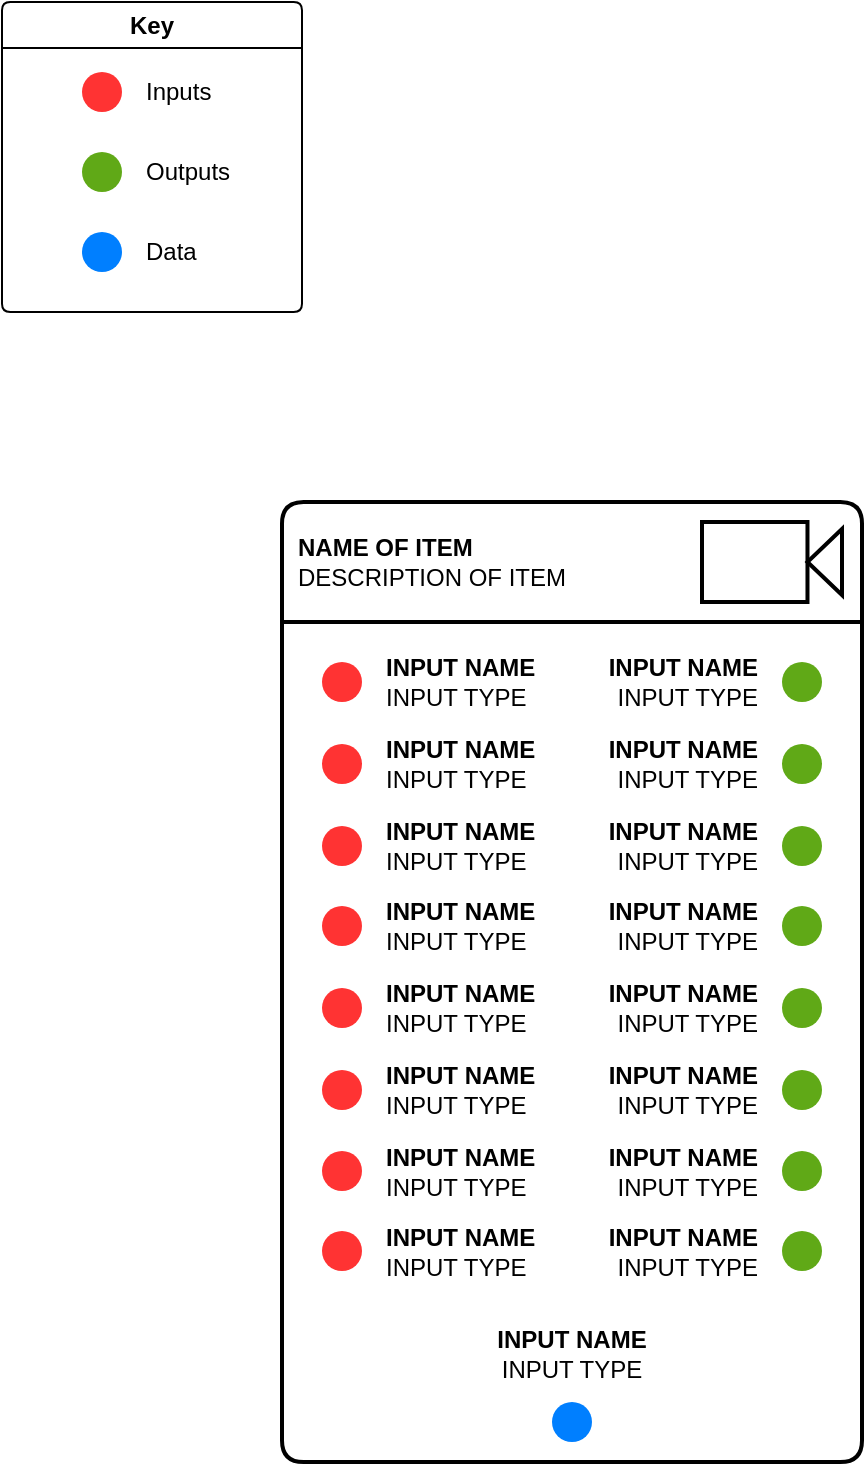
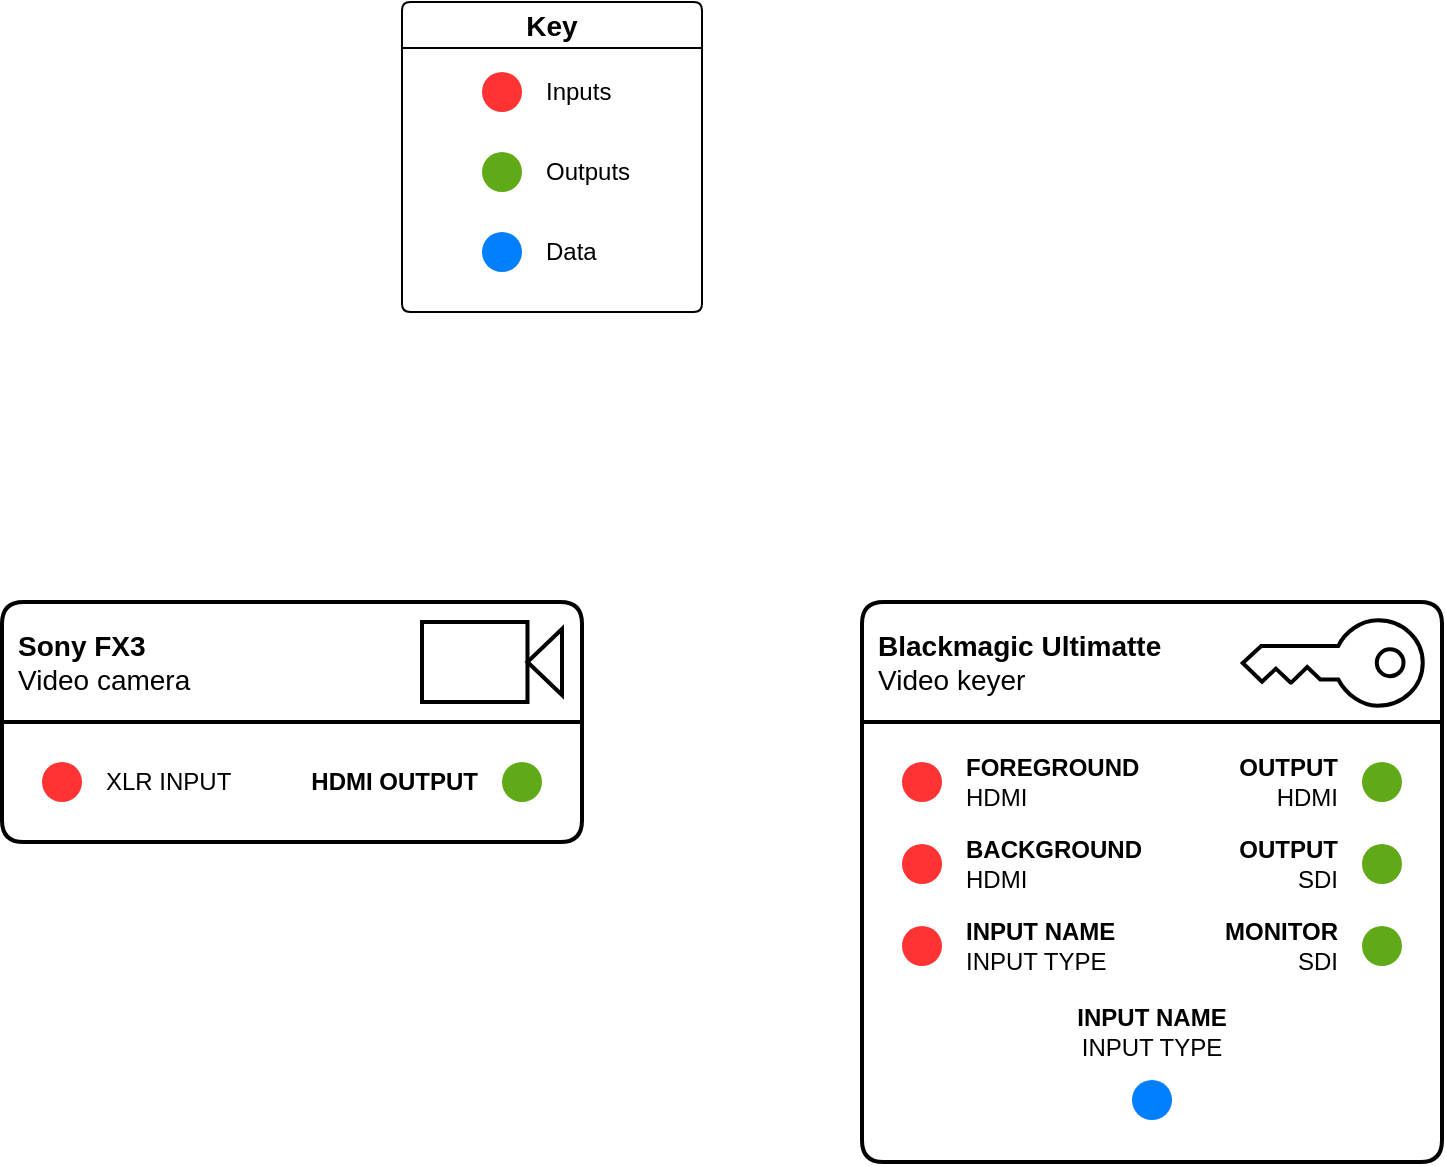
<mxfile host="app.diagrams.net">
  <diagram name="Page-1" id="FgFW1MfRpHRbAZnw0JzE">
-     <mxGraphModel dx="2054" dy="1053" grid="1" gridSize="10" guides="1" tooltips="1" connect="1" arrows="1" fold="1" page="1" pageScale="1" pageWidth="1654" pageHeight="1169" math="0" shadow="0">
+     <mxGraphModel dx="906" dy="1278" grid="1" gridSize="10" guides="1" tooltips="1" connect="1" arrows="1" fold="1" page="0" pageScale="1" pageWidth="1654" pageHeight="1169" math="0" shadow="0">
      <root>
        <mxCell id="0" />
        <mxCell id="1" parent="0" />
-         <UserObject label="&lt;div&gt;NAME OF ITEM&lt;/div&gt;&lt;div&gt;&lt;span style=&quot;font-weight: normal;&quot;&gt;DESCRIPTION OF ITEM&lt;/span&gt;&lt;/div&gt;" link="https://www.videocraft.com.au/products/blackmagic-design-atem-mini-extreme-iso-live-streaming-camera-switcher" id="s20b6Gskkq0xSbLsb2Lf-1">
-           <mxCell parent="1" style="swimlane;whiteSpace=wrap;html=1;startSize=60;perimeterSpacing=0;rounded=1;arcSize=6;align=left;spacingLeft=6;swimlaneFillColor=default;strokeWidth=2;" vertex="1">
-             <mxGeometry height="480" width="290" x="330" y="280" as="geometry" />
+         <UserObject label="&lt;div&gt;Sony FX3&lt;/div&gt;&lt;div&gt;&lt;span style=&quot;font-weight: normal;&quot;&gt;Video camera&lt;/span&gt;&lt;/div&gt;" link="https://www.sony.com.au/electronics/interchangeable-lens-cameras/ilme-fx3a" id="s20b6Gskkq0xSbLsb2Lf-1">
+           <mxCell parent="1" style="swimlane;whiteSpace=wrap;html=1;startSize=60;perimeterSpacing=0;rounded=1;arcSize=6;align=left;spacingLeft=6;swimlaneFillColor=default;strokeWidth=2;fontSize=14;spacingBottom=0;" vertex="1">
+             <mxGeometry height="120" width="290" x="110" y="250" as="geometry">
+               <mxRectangle height="60" width="200" x="330" y="280" as="alternateBounds" />
+             </mxGeometry>
          </mxCell>
        </UserObject>
        <mxCell id="BUdtJf7oYrrgdLHHiytK-1" parent="s20b6Gskkq0xSbLsb2Lf-1" style="shape=mxgraph.signs.tech.video_camera;html=1;pointerEvents=1;fillColor=none;strokeColor=default;verticalLabelPosition=bottom;verticalAlign=top;align=center;strokeWidth=2;" value="" vertex="1">
          <mxGeometry height="40" width="70" x="210" y="10" as="geometry" />
        </mxCell>
        <mxCell id="BUdtJf7oYrrgdLHHiytK-2" parent="s20b6Gskkq0xSbLsb2Lf-1" style="ellipse;whiteSpace=wrap;html=1;aspect=fixed;strokeColor=none;fillColor=#60a917;fontColor=#ffffff;" value="" vertex="1">
          <mxGeometry height="20" width="20" x="250" y="80" as="geometry" />
        </mxCell>
-         <mxCell id="BUdtJf7oYrrgdLHHiytK-6" parent="s20b6Gskkq0xSbLsb2Lf-1" style="ellipse;whiteSpace=wrap;html=1;aspect=fixed;strokeColor=none;fillColor=#60a917;fontColor=#ffffff;" value="" vertex="1">
-           <mxGeometry height="20" width="20" x="250" y="121" as="geometry" />
-         </mxCell>
-         <mxCell id="BUdtJf7oYrrgdLHHiytK-7" parent="s20b6Gskkq0xSbLsb2Lf-1" style="ellipse;whiteSpace=wrap;html=1;aspect=fixed;strokeColor=none;fillColor=#60a917;fontColor=#ffffff;" value="" vertex="1">
-           <mxGeometry height="20" width="20" x="250" y="162" as="geometry" />
-         </mxCell>
-         <mxCell id="BUdtJf7oYrrgdLHHiytK-8" parent="s20b6Gskkq0xSbLsb2Lf-1" style="ellipse;whiteSpace=wrap;html=1;aspect=fixed;strokeColor=none;fillColor=#60a917;fontColor=#ffffff;" value="" vertex="1">
-           <mxGeometry height="20" width="20" x="250" y="202" as="geometry" />
-         </mxCell>
-         <mxCell id="BUdtJf7oYrrgdLHHiytK-9" parent="s20b6Gskkq0xSbLsb2Lf-1" style="ellipse;whiteSpace=wrap;html=1;aspect=fixed;strokeColor=none;fillColor=#60a917;fontColor=#ffffff;" value="" vertex="1">
-           <mxGeometry height="20" width="20" x="250" y="243" as="geometry" />
-         </mxCell>
-         <mxCell id="BUdtJf7oYrrgdLHHiytK-10" parent="s20b6Gskkq0xSbLsb2Lf-1" style="ellipse;whiteSpace=wrap;html=1;aspect=fixed;strokeColor=none;fillColor=#60a917;fontColor=#ffffff;" value="" vertex="1">
-           <mxGeometry height="20" width="20" x="250" y="284" as="geometry" />
-         </mxCell>
-         <mxCell id="BUdtJf7oYrrgdLHHiytK-11" parent="s20b6Gskkq0xSbLsb2Lf-1" style="ellipse;whiteSpace=wrap;html=1;aspect=fixed;strokeColor=none;fillColor=#60a917;fontColor=#ffffff;" value="" vertex="1">
-           <mxGeometry height="20" width="20" x="250" y="324.5" as="geometry" />
-         </mxCell>
        <mxCell id="BUdtJf7oYrrgdLHHiytK-13" parent="s20b6Gskkq0xSbLsb2Lf-1" style="ellipse;whiteSpace=wrap;html=1;aspect=fixed;strokeColor=none;fillColor=light-dark(#FF3333,#FF3333);fontColor=#ffffff;fillStyle=auto;" value="" vertex="1">
          <mxGeometry height="20" width="20" x="20" y="80" as="geometry" />
        </mxCell>
-         <mxCell id="BUdtJf7oYrrgdLHHiytK-14" parent="s20b6Gskkq0xSbLsb2Lf-1" style="ellipse;whiteSpace=wrap;html=1;aspect=fixed;strokeColor=none;fillColor=light-dark(#FF3333,#FF3333);fontColor=#ffffff;" value="" vertex="1">
-           <mxGeometry height="20" width="20" x="20" y="121" as="geometry" />
+         <mxCell id="BUdtJf7oYrrgdLHHiytK-20" parent="s20b6Gskkq0xSbLsb2Lf-1" style="text;html=1;whiteSpace=wrap;strokeColor=none;fillColor=none;align=left;verticalAlign=middle;rounded=0;" value="XLR INPUT" vertex="1">
+           <mxGeometry height="14.5" width="90" x="50" y="82.75" as="geometry" />
        </mxCell>
-         <mxCell id="BUdtJf7oYrrgdLHHiytK-15" parent="s20b6Gskkq0xSbLsb2Lf-1" style="ellipse;whiteSpace=wrap;html=1;aspect=fixed;strokeColor=none;fillColor=light-dark(#FF3333,#FF3333);fontColor=#ffffff;" value="" vertex="1">
-           <mxGeometry height="20" width="20" x="20" y="162" as="geometry" />
+         <mxCell id="BUdtJf7oYrrgdLHHiytK-21" parent="s20b6Gskkq0xSbLsb2Lf-1" style="text;html=1;whiteSpace=wrap;strokeColor=none;fillColor=none;align=right;verticalAlign=middle;rounded=0;" value="&lt;b&gt;HDMI OUTPUT&lt;/b&gt;" vertex="1">
+           <mxGeometry height="14.5" width="90" x="150" y="82.75" as="geometry" />
        </mxCell>
-         <mxCell id="BUdtJf7oYrrgdLHHiytK-16" parent="s20b6Gskkq0xSbLsb2Lf-1" style="ellipse;whiteSpace=wrap;html=1;aspect=fixed;strokeColor=none;fillColor=light-dark(#FF3333,#FF3333);fontColor=#ffffff;" value="" vertex="1">
-           <mxGeometry height="20" width="20" x="20" y="202" as="geometry" />
-         </mxCell>
-         <mxCell id="BUdtJf7oYrrgdLHHiytK-17" parent="s20b6Gskkq0xSbLsb2Lf-1" style="ellipse;whiteSpace=wrap;html=1;aspect=fixed;strokeColor=none;fillColor=light-dark(#FF3333,#FF3333);fontColor=#ffffff;" value="" vertex="1">
-           <mxGeometry height="20" width="20" x="20" y="243" as="geometry" />
-         </mxCell>
-         <mxCell id="BUdtJf7oYrrgdLHHiytK-18" parent="s20b6Gskkq0xSbLsb2Lf-1" style="ellipse;whiteSpace=wrap;html=1;aspect=fixed;strokeColor=none;fillColor=light-dark(#FF3333,#FF3333);fontColor=#ffffff;" value="" vertex="1">
-           <mxGeometry height="20" width="20" x="20" y="284" as="geometry" />
-         </mxCell>
-         <mxCell id="BUdtJf7oYrrgdLHHiytK-19" parent="s20b6Gskkq0xSbLsb2Lf-1" style="ellipse;whiteSpace=wrap;html=1;aspect=fixed;strokeColor=none;fillColor=light-dark(#FF3333,#FF3333);fontColor=#ffffff;" value="" vertex="1">
-           <mxGeometry height="20" width="20" x="20" y="324.5" as="geometry" />
-         </mxCell>
-         <mxCell id="BUdtJf7oYrrgdLHHiytK-20" parent="s20b6Gskkq0xSbLsb2Lf-1" style="text;html=1;whiteSpace=wrap;strokeColor=none;fillColor=none;align=left;verticalAlign=middle;rounded=0;" value="&lt;div&gt;&lt;b&gt;INPUT NAME&lt;/b&gt;&lt;/div&gt;&lt;div&gt;INPUT TYPE&lt;/div&gt;" vertex="1">
-           <mxGeometry height="29" width="90" x="50" y="75.5" as="geometry" />
-         </mxCell>
-         <mxCell id="BUdtJf7oYrrgdLHHiytK-21" parent="s20b6Gskkq0xSbLsb2Lf-1" style="text;html=1;whiteSpace=wrap;strokeColor=none;fillColor=none;align=right;verticalAlign=middle;rounded=0;" value="&lt;div&gt;&lt;b&gt;INPUT NAME&lt;/b&gt;&lt;/div&gt;&lt;div&gt;INPUT TYPE&lt;/div&gt;" vertex="1">
-           <mxGeometry height="29" width="90" x="150" y="75.5" as="geometry" />
-         </mxCell>
-         <mxCell id="BUdtJf7oYrrgdLHHiytK-22" parent="s20b6Gskkq0xSbLsb2Lf-1" style="text;html=1;whiteSpace=wrap;strokeColor=none;fillColor=none;align=left;verticalAlign=middle;rounded=0;" value="&lt;div&gt;&lt;b&gt;INPUT NAME&lt;/b&gt;&lt;/div&gt;&lt;div&gt;INPUT TYPE&lt;/div&gt;" vertex="1">
-           <mxGeometry height="29" width="90" x="50" y="116.5" as="geometry" />
-         </mxCell>
-         <mxCell id="BUdtJf7oYrrgdLHHiytK-23" parent="s20b6Gskkq0xSbLsb2Lf-1" style="text;html=1;whiteSpace=wrap;strokeColor=none;fillColor=none;align=right;verticalAlign=middle;rounded=0;" value="&lt;div&gt;&lt;b&gt;INPUT NAME&lt;/b&gt;&lt;/div&gt;&lt;div&gt;INPUT TYPE&lt;/div&gt;" vertex="1">
-           <mxGeometry height="29" width="90" x="150" y="116.5" as="geometry" />
-         </mxCell>
-         <mxCell id="BUdtJf7oYrrgdLHHiytK-24" parent="s20b6Gskkq0xSbLsb2Lf-1" style="text;html=1;whiteSpace=wrap;strokeColor=none;fillColor=none;align=left;verticalAlign=middle;rounded=0;" value="&lt;div&gt;&lt;b&gt;INPUT NAME&lt;/b&gt;&lt;/div&gt;&lt;div&gt;INPUT TYPE&lt;/div&gt;" vertex="1">
-           <mxGeometry height="29" width="90" x="50" y="157.5" as="geometry" />
-         </mxCell>
-         <mxCell id="BUdtJf7oYrrgdLHHiytK-25" parent="s20b6Gskkq0xSbLsb2Lf-1" style="text;html=1;whiteSpace=wrap;strokeColor=none;fillColor=none;align=right;verticalAlign=middle;rounded=0;" value="&lt;div&gt;&lt;b&gt;INPUT NAME&lt;/b&gt;&lt;/div&gt;&lt;div&gt;INPUT TYPE&lt;/div&gt;" vertex="1">
-           <mxGeometry height="29" width="90" x="150" y="157.5" as="geometry" />
-         </mxCell>
-         <mxCell id="BUdtJf7oYrrgdLHHiytK-26" parent="s20b6Gskkq0xSbLsb2Lf-1" style="text;html=1;whiteSpace=wrap;strokeColor=none;fillColor=none;align=left;verticalAlign=middle;rounded=0;" value="&lt;div&gt;&lt;b&gt;INPUT NAME&lt;/b&gt;&lt;/div&gt;&lt;div&gt;INPUT TYPE&lt;/div&gt;" vertex="1">
-           <mxGeometry height="29" width="90" x="50" y="197.5" as="geometry" />
-         </mxCell>
-         <mxCell id="BUdtJf7oYrrgdLHHiytK-27" parent="s20b6Gskkq0xSbLsb2Lf-1" style="text;html=1;whiteSpace=wrap;strokeColor=none;fillColor=none;align=right;verticalAlign=middle;rounded=0;" value="&lt;div&gt;&lt;b&gt;INPUT NAME&lt;/b&gt;&lt;/div&gt;&lt;div&gt;INPUT TYPE&lt;/div&gt;" vertex="1">
-           <mxGeometry height="29" width="90" x="150" y="197.5" as="geometry" />
-         </mxCell>
-         <mxCell id="BUdtJf7oYrrgdLHHiytK-28" parent="s20b6Gskkq0xSbLsb2Lf-1" style="text;html=1;whiteSpace=wrap;strokeColor=none;fillColor=none;align=left;verticalAlign=middle;rounded=0;" value="&lt;div&gt;&lt;b&gt;INPUT NAME&lt;/b&gt;&lt;/div&gt;&lt;div&gt;INPUT TYPE&lt;/div&gt;" vertex="1">
-           <mxGeometry height="29" width="90" x="50" y="238.5" as="geometry" />
-         </mxCell>
-         <mxCell id="BUdtJf7oYrrgdLHHiytK-29" parent="s20b6Gskkq0xSbLsb2Lf-1" style="text;html=1;whiteSpace=wrap;strokeColor=none;fillColor=none;align=right;verticalAlign=middle;rounded=0;" value="&lt;div&gt;&lt;b&gt;INPUT NAME&lt;/b&gt;&lt;/div&gt;&lt;div&gt;INPUT TYPE&lt;/div&gt;" vertex="1">
-           <mxGeometry height="29" width="90" x="150" y="238.5" as="geometry" />
-         </mxCell>
-         <mxCell id="BUdtJf7oYrrgdLHHiytK-30" parent="s20b6Gskkq0xSbLsb2Lf-1" style="text;html=1;whiteSpace=wrap;strokeColor=none;fillColor=none;align=left;verticalAlign=middle;rounded=0;" value="&lt;div&gt;&lt;b&gt;INPUT NAME&lt;/b&gt;&lt;/div&gt;&lt;div&gt;INPUT TYPE&lt;/div&gt;" vertex="1">
-           <mxGeometry height="29" width="90" x="50" y="279.5" as="geometry" />
-         </mxCell>
-         <mxCell id="BUdtJf7oYrrgdLHHiytK-31" parent="s20b6Gskkq0xSbLsb2Lf-1" style="text;html=1;whiteSpace=wrap;strokeColor=none;fillColor=none;align=right;verticalAlign=middle;rounded=0;" value="&lt;div&gt;&lt;b&gt;INPUT NAME&lt;/b&gt;&lt;/div&gt;&lt;div&gt;INPUT TYPE&lt;/div&gt;" vertex="1">
-           <mxGeometry height="29" width="90" x="150" y="279.5" as="geometry" />
-         </mxCell>
-         <mxCell id="BUdtJf7oYrrgdLHHiytK-32" parent="s20b6Gskkq0xSbLsb2Lf-1" style="text;html=1;whiteSpace=wrap;strokeColor=none;fillColor=none;align=left;verticalAlign=middle;rounded=0;" value="&lt;div&gt;&lt;b&gt;INPUT NAME&lt;/b&gt;&lt;/div&gt;&lt;div&gt;INPUT TYPE&lt;/div&gt;" vertex="1">
-           <mxGeometry height="29" width="90" x="50" y="320" as="geometry" />
-         </mxCell>
-         <mxCell id="BUdtJf7oYrrgdLHHiytK-33" parent="s20b6Gskkq0xSbLsb2Lf-1" style="text;html=1;whiteSpace=wrap;strokeColor=none;fillColor=none;align=right;verticalAlign=middle;rounded=0;" value="&lt;div&gt;&lt;b&gt;INPUT NAME&lt;/b&gt;&lt;/div&gt;&lt;div&gt;INPUT TYPE&lt;/div&gt;" vertex="1">
-           <mxGeometry height="29" width="90" x="150" y="320" as="geometry" />
-         </mxCell>
-         <mxCell id="BUdtJf7oYrrgdLHHiytK-34" parent="s20b6Gskkq0xSbLsb2Lf-1" style="ellipse;whiteSpace=wrap;html=1;aspect=fixed;strokeColor=none;fillColor=light-dark(#FF3333,#FF3333);fontColor=#ffffff;" value="" vertex="1">
-           <mxGeometry height="20" width="20" x="20" y="364.5" as="geometry" />
-         </mxCell>
-         <mxCell id="BUdtJf7oYrrgdLHHiytK-35" parent="s20b6Gskkq0xSbLsb2Lf-1" style="text;html=1;whiteSpace=wrap;strokeColor=none;fillColor=none;align=left;verticalAlign=middle;rounded=0;" value="&lt;div&gt;&lt;b&gt;INPUT NAME&lt;/b&gt;&lt;/div&gt;&lt;div&gt;INPUT TYPE&lt;/div&gt;" vertex="1">
-           <mxGeometry height="29" width="90" x="50" y="360" as="geometry" />
-         </mxCell>
-         <mxCell id="BUdtJf7oYrrgdLHHiytK-36" parent="s20b6Gskkq0xSbLsb2Lf-1" style="text;html=1;whiteSpace=wrap;strokeColor=none;fillColor=none;align=right;verticalAlign=middle;rounded=0;" value="&lt;div&gt;&lt;b&gt;INPUT NAME&lt;/b&gt;&lt;/div&gt;&lt;div&gt;INPUT TYPE&lt;/div&gt;" vertex="1">
-           <mxGeometry height="29" width="90" x="150" y="360" as="geometry" />
-         </mxCell>
-         <mxCell id="BUdtJf7oYrrgdLHHiytK-37" parent="s20b6Gskkq0xSbLsb2Lf-1" style="ellipse;whiteSpace=wrap;html=1;aspect=fixed;strokeColor=none;fillColor=#60a917;fontColor=#ffffff;" value="" vertex="1">
-           <mxGeometry height="20" width="20" x="250" y="364.5" as="geometry" />
-         </mxCell>
-         <mxCell id="BUdtJf7oYrrgdLHHiytK-38" parent="s20b6Gskkq0xSbLsb2Lf-1" style="text;html=1;whiteSpace=wrap;strokeColor=none;fillColor=none;align=center;verticalAlign=middle;rounded=0;" value="&lt;div&gt;&lt;b&gt;INPUT NAME&lt;/b&gt;&lt;/div&gt;&lt;div&gt;INPUT TYPE&lt;/div&gt;" vertex="1">
-           <mxGeometry height="29" width="90" x="100" y="411" as="geometry" />
-         </mxCell>
-         <mxCell id="BUdtJf7oYrrgdLHHiytK-39" parent="s20b6Gskkq0xSbLsb2Lf-1" style="ellipse;whiteSpace=wrap;html=1;aspect=fixed;strokeColor=none;fillColor=#007FFF;fontColor=#ffffff;" value="" vertex="1">
-           <mxGeometry height="20" width="20" x="135" y="450" as="geometry" />
-         </mxCell>
-         <mxCell id="BUdtJf7oYrrgdLHHiytK-123" parent="1" style="swimlane;whiteSpace=wrap;html=1;rounded=1;arcSize=6;swimlaneFillColor=default;" value="Key" vertex="1">
-           <mxGeometry height="155" width="150" x="190" y="30" as="geometry" />
+         <mxCell id="BUdtJf7oYrrgdLHHiytK-123" parent="1" style="swimlane;whiteSpace=wrap;html=1;rounded=1;arcSize=6;swimlaneFillColor=default;fontSize=14;" value="Key" vertex="1">
+           <mxGeometry height="155" width="150" x="310" y="-50" as="geometry" />
        </mxCell>
        <mxCell id="BUdtJf7oYrrgdLHHiytK-115" parent="BUdtJf7oYrrgdLHHiytK-123" style="ellipse;whiteSpace=wrap;html=1;aspect=fixed;strokeColor=none;fillColor=light-dark(#FF3333,#FF3333);fontColor=#ffffff;fillStyle=auto;" value="" vertex="1">
          <mxGeometry height="20" width="20" x="40" y="35" as="geometry" />
        </mxCell>
        <mxCell id="BUdtJf7oYrrgdLHHiytK-119" parent="BUdtJf7oYrrgdLHHiytK-123" style="text;html=1;whiteSpace=wrap;strokeColor=none;fillColor=none;align=left;verticalAlign=middle;rounded=0;" value="Inputs" vertex="1">
          <mxGeometry height="10" width="40" x="70" y="40" as="geometry" />
        </mxCell>
        <mxCell id="BUdtJf7oYrrgdLHHiytK-114" parent="BUdtJf7oYrrgdLHHiytK-123" style="ellipse;whiteSpace=wrap;html=1;aspect=fixed;strokeColor=none;fillColor=#60a917;fontColor=#ffffff;" value="" vertex="1">
          <mxGeometry height="20" width="20" x="40" y="75" as="geometry" />
        </mxCell>
        <mxCell id="BUdtJf7oYrrgdLHHiytK-120" parent="BUdtJf7oYrrgdLHHiytK-123" style="text;html=1;whiteSpace=wrap;strokeColor=none;fillColor=none;align=left;verticalAlign=middle;rounded=0;" value="Outputs" vertex="1">
          <mxGeometry height="10" width="40" x="70" y="80" as="geometry" />
        </mxCell>
        <mxCell id="BUdtJf7oYrrgdLHHiytK-116" parent="BUdtJf7oYrrgdLHHiytK-123" style="ellipse;whiteSpace=wrap;html=1;aspect=fixed;strokeColor=none;fillColor=#007FFF;fontColor=#ffffff;" value="" vertex="1">
          <mxGeometry height="20" width="20" x="40" y="115" as="geometry" />
        </mxCell>
        <mxCell id="BUdtJf7oYrrgdLHHiytK-121" parent="BUdtJf7oYrrgdLHHiytK-123" style="text;html=1;whiteSpace=wrap;strokeColor=none;fillColor=none;align=left;verticalAlign=middle;rounded=0;" value="Data" vertex="1">
          <mxGeometry height="10" width="40" x="70" y="120" as="geometry" />
        </mxCell>
+         <UserObject label="&lt;div&gt;Blackmagic Ultimatte&lt;/div&gt;&lt;div&gt;&lt;span style=&quot;font-weight: normal;&quot;&gt;Video keyer&lt;/span&gt;&lt;/div&gt;" link="https://www.videocraft.com.au/products/blackmagic-design-ultimatte-12-hd-keyer-advanced-compositing-processor" id="BUdtJf7oYrrgdLHHiytK-160">
+           <mxCell parent="1" style="swimlane;whiteSpace=wrap;html=1;startSize=60;perimeterSpacing=0;rounded=1;arcSize=6;align=left;spacingLeft=6;swimlaneFillColor=default;strokeWidth=2;fontSize=14;" vertex="1">
+             <mxGeometry height="280" width="290" x="540" y="250" as="geometry">
+               <mxRectangle height="60" width="200" x="330" y="280" as="alternateBounds" />
+             </mxGeometry>
+           </mxCell>
+         </UserObject>
+         <mxCell id="BUdtJf7oYrrgdLHHiytK-162" parent="BUdtJf7oYrrgdLHHiytK-160" style="ellipse;whiteSpace=wrap;html=1;aspect=fixed;strokeColor=none;fillColor=#60a917;fontColor=#ffffff;" value="" vertex="1">
+           <mxGeometry height="20" width="20" x="250" y="80" as="geometry" />
+         </mxCell>
+         <mxCell id="BUdtJf7oYrrgdLHHiytK-163" parent="BUdtJf7oYrrgdLHHiytK-160" style="ellipse;whiteSpace=wrap;html=1;aspect=fixed;strokeColor=none;fillColor=#60a917;fontColor=#ffffff;" value="" vertex="1">
+           <mxGeometry height="20" width="20" x="250" y="121" as="geometry" />
+         </mxCell>
+         <mxCell id="BUdtJf7oYrrgdLHHiytK-164" parent="BUdtJf7oYrrgdLHHiytK-160" style="ellipse;whiteSpace=wrap;html=1;aspect=fixed;strokeColor=none;fillColor=#60a917;fontColor=#ffffff;" value="" vertex="1">
+           <mxGeometry height="20" width="20" x="250" y="162" as="geometry" />
+         </mxCell>
+         <mxCell id="BUdtJf7oYrrgdLHHiytK-169" parent="BUdtJf7oYrrgdLHHiytK-160" style="ellipse;whiteSpace=wrap;html=1;aspect=fixed;strokeColor=none;fillColor=light-dark(#FF3333,#FF3333);fontColor=#ffffff;fillStyle=auto;" value="" vertex="1">
+           <mxGeometry height="20" width="20" x="20" y="80" as="geometry" />
+         </mxCell>
+         <mxCell id="BUdtJf7oYrrgdLHHiytK-170" parent="BUdtJf7oYrrgdLHHiytK-160" style="ellipse;whiteSpace=wrap;html=1;aspect=fixed;strokeColor=none;fillColor=light-dark(#FF3333,#FF3333);fontColor=#ffffff;" value="" vertex="1">
+           <mxGeometry height="20" width="20" x="20" y="121" as="geometry" />
+         </mxCell>
+         <mxCell id="BUdtJf7oYrrgdLHHiytK-171" parent="BUdtJf7oYrrgdLHHiytK-160" style="ellipse;whiteSpace=wrap;html=1;aspect=fixed;strokeColor=none;fillColor=light-dark(#FF3333,#FF3333);fontColor=#ffffff;" value="" vertex="1">
+           <mxGeometry height="20" width="20" x="20" y="162" as="geometry" />
+         </mxCell>
+         <mxCell id="BUdtJf7oYrrgdLHHiytK-176" parent="BUdtJf7oYrrgdLHHiytK-160" style="text;html=1;whiteSpace=wrap;strokeColor=none;fillColor=none;align=left;verticalAlign=middle;rounded=0;" value="&lt;div&gt;&lt;b&gt;FOREGROUND&lt;/b&gt;&lt;/div&gt;&lt;div&gt;HDMI&lt;/div&gt;" vertex="1">
+           <mxGeometry height="29" width="90" x="50" y="75.5" as="geometry" />
+         </mxCell>
+         <mxCell id="BUdtJf7oYrrgdLHHiytK-177" parent="BUdtJf7oYrrgdLHHiytK-160" style="text;html=1;whiteSpace=wrap;strokeColor=none;fillColor=none;align=right;verticalAlign=middle;rounded=0;" value="&lt;div&gt;&lt;b&gt;OUTPUT&lt;/b&gt;&lt;/div&gt;&lt;div&gt;HDMI&lt;/div&gt;" vertex="1">
+           <mxGeometry height="29" width="90" x="150" y="75.5" as="geometry" />
+         </mxCell>
+         <mxCell id="BUdtJf7oYrrgdLHHiytK-178" parent="BUdtJf7oYrrgdLHHiytK-160" style="text;html=1;whiteSpace=wrap;strokeColor=none;fillColor=none;align=left;verticalAlign=middle;rounded=0;" value="&lt;div&gt;&lt;b&gt;BACKGROUND&lt;/b&gt;&lt;/div&gt;&lt;div&gt;HDMI&lt;/div&gt;" vertex="1">
+           <mxGeometry height="29" width="90" x="50" y="116.5" as="geometry" />
+         </mxCell>
+         <mxCell id="BUdtJf7oYrrgdLHHiytK-179" parent="BUdtJf7oYrrgdLHHiytK-160" style="text;html=1;whiteSpace=wrap;strokeColor=none;fillColor=none;align=right;verticalAlign=middle;rounded=0;" value="&lt;div&gt;&lt;b&gt;OUTPUT&lt;/b&gt;&lt;/div&gt;&lt;div&gt;SDI&lt;/div&gt;" vertex="1">
+           <mxGeometry height="29" width="90" x="150" y="116.5" as="geometry" />
+         </mxCell>
+         <mxCell id="BUdtJf7oYrrgdLHHiytK-180" parent="BUdtJf7oYrrgdLHHiytK-160" style="text;html=1;whiteSpace=wrap;strokeColor=none;fillColor=none;align=left;verticalAlign=middle;rounded=0;" value="&lt;div&gt;&lt;b&gt;INPUT NAME&lt;/b&gt;&lt;/div&gt;&lt;div&gt;INPUT TYPE&lt;/div&gt;" vertex="1">
+           <mxGeometry height="29" width="90" x="50" y="157.5" as="geometry" />
+         </mxCell>
+         <mxCell id="BUdtJf7oYrrgdLHHiytK-181" parent="BUdtJf7oYrrgdLHHiytK-160" style="text;html=1;whiteSpace=wrap;strokeColor=none;fillColor=none;align=right;verticalAlign=middle;rounded=0;" value="&lt;div&gt;&lt;b&gt;MONITOR&lt;/b&gt;&lt;/div&gt;&lt;div&gt;SDI&lt;/div&gt;" vertex="1">
+           <mxGeometry height="29" width="90" x="150" y="157.5" as="geometry" />
+         </mxCell>
+         <mxCell id="BUdtJf7oYrrgdLHHiytK-194" parent="BUdtJf7oYrrgdLHHiytK-160" style="text;html=1;whiteSpace=wrap;strokeColor=none;fillColor=none;align=center;verticalAlign=middle;rounded=0;" value="&lt;div&gt;&lt;b&gt;INPUT NAME&lt;/b&gt;&lt;/div&gt;&lt;div&gt;INPUT TYPE&lt;/div&gt;" vertex="1">
+           <mxGeometry height="29" width="90" x="100" y="200" as="geometry" />
+         </mxCell>
+         <mxCell id="BUdtJf7oYrrgdLHHiytK-195" parent="BUdtJf7oYrrgdLHHiytK-160" style="ellipse;whiteSpace=wrap;html=1;aspect=fixed;strokeColor=none;fillColor=#007FFF;fontColor=#ffffff;" value="" vertex="1">
+           <mxGeometry height="20" width="20" x="135" y="239" as="geometry" />
+         </mxCell>
+         <mxCell id="BUdtJf7oYrrgdLHHiytK-196" parent="BUdtJf7oYrrgdLHHiytK-160" style="sketch=0;pointerEvents=1;shadow=0;dashed=0;html=1;strokeColor=default;fillColor=none;labelPosition=center;verticalLabelPosition=bottom;verticalAlign=top;outlineConnect=0;align=center;shape=mxgraph.office.security.key_permissions;rotation=90;strokeWidth=2;" value="" vertex="1">
+           <mxGeometry height="90" width="42.75" x="214" y="-14.5" as="geometry" />
+         </mxCell>
      </root>
    </mxGraphModel>
  </diagram>
</mxfile>
